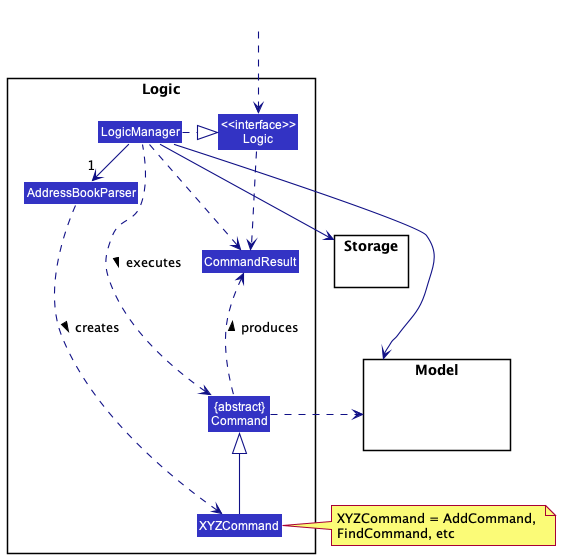
Earlier version of the PlantUML export docs/images/LogicClassDiagram.png (nus-cs2103-AY2223S2/tp).
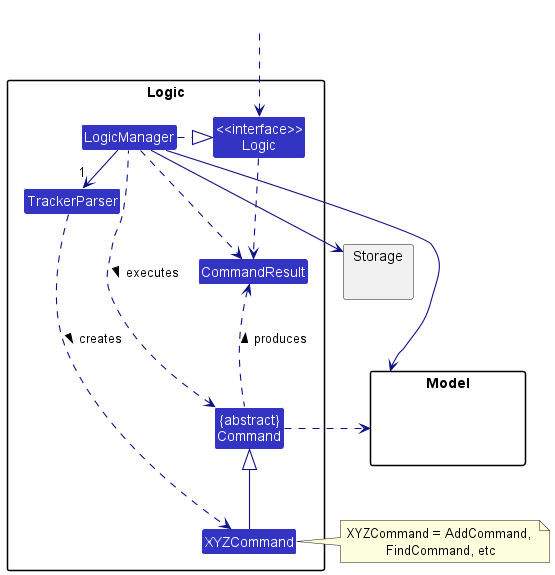
After the commit.

Commit message:
Update Logic section in DG

Change to the diagram source:
```diff
@@ -6,7 +6,7 @@
 
 package Logic {
 
-Class AddressBookParser
+Class TrackerParser
 Class XYZCommand
 Class CommandResult
 Class "{abstract}\nCommand" as Command
@@ -27,8 +27,8 @@
 HiddenOutside ..> Logic
 
 LogicManager .right.|> Logic
-LogicManager -right->"1" AddressBookParser
-AddressBookParser ..> XYZCommand : creates >
+LogicManager -right->"1" TrackerParser
+TrackerParser ..> XYZCommand : creates >
 
 XYZCommand -up-|> Command
 LogicManager .left.> Command : executes >
```
